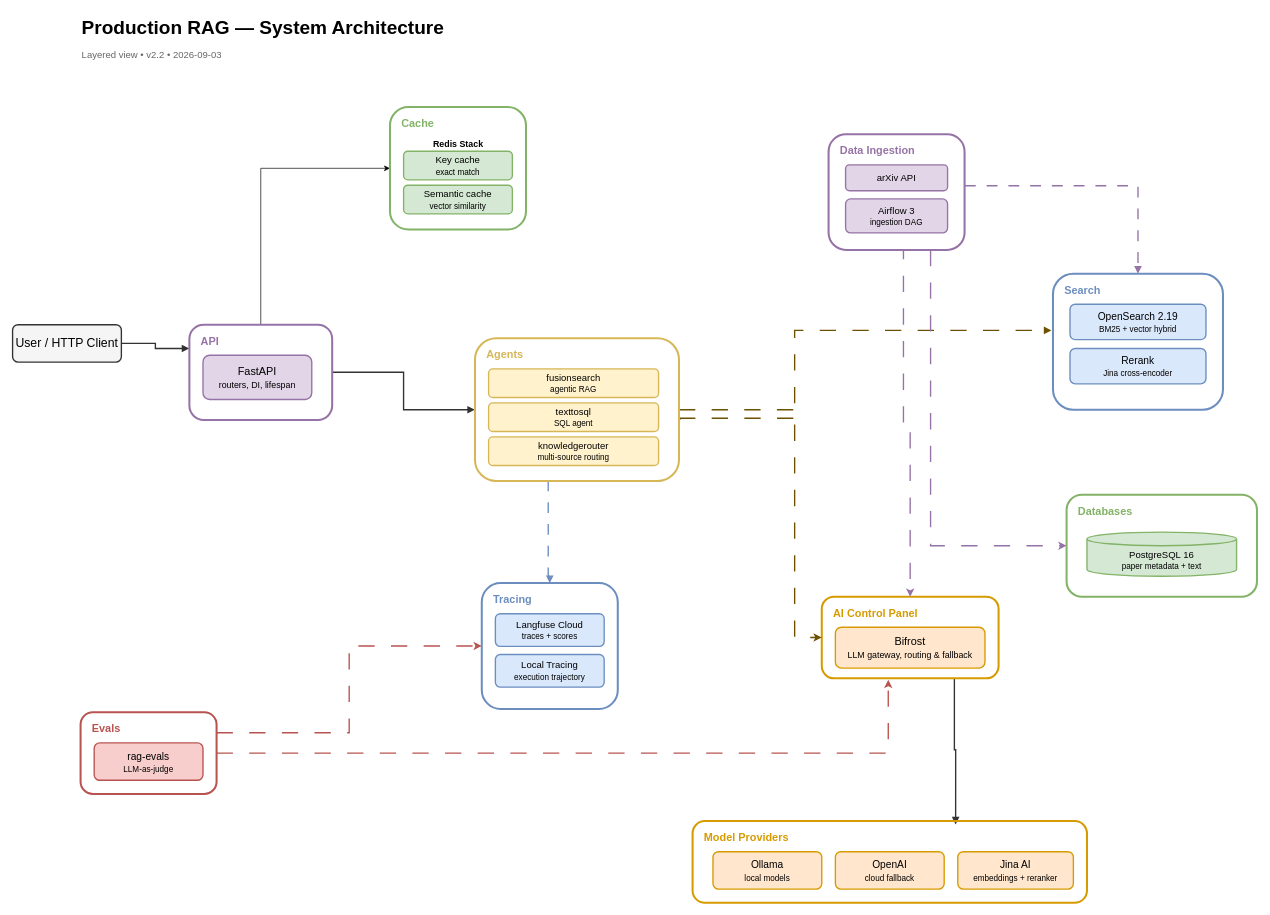
Before: docs/assets/system-architecture.drawio in apssouza22/production-rag, a draw.io diagram. Source tidied: cells renumbered, new cells numbered last; positions are measured from the earlier drawing's top-left corner, leaving out a move shared by most shapes. Both pictures are drawn from the tidied source at 68%, with x=0, y=0 at pixel (12, 12).
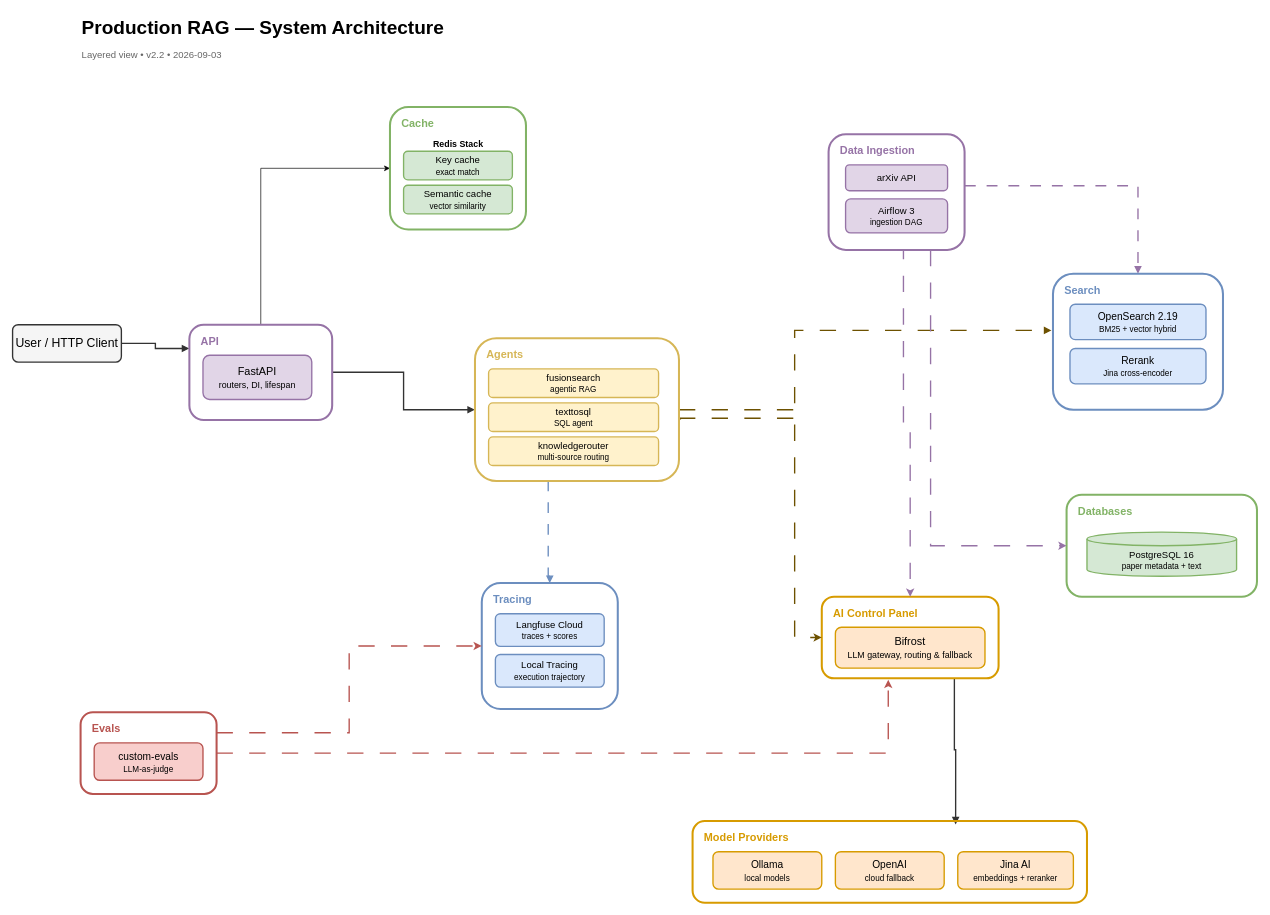
Above is the later version.

The change refers to these unchanged cells:
```xml
<mxCell id="29" style="group;" parent="1" vertex="1">
  <mxGeometry x="100" y="1030" width="200" height="120" as="geometry" />
</mxCell>
```

Diff of the diagram source:
```diff
@@
-    <mxCell id="32" value="rag-evals&lt;br&gt;&lt;font style=&quot;font-size:12px;&quot;&gt;LLM-as-judge&lt;/font&gt;" style="rounded=1;whiteSpace=wrap;html=1;fillColor=#f8cecc;strokeColor=#b85450;strokeWidth=2;fontSize=15;fontFamily=Helvetica;align=center;verticalAlign=middle;" parent="29" vertex="1">
+    <mxCell id="32" value="custom-evals&lt;br&gt;&lt;font style=&quot;font-size:12px;&quot;&gt;LLM-as-judge&lt;/font&gt;" style="rounded=1;whiteSpace=wrap;html=1;fillColor=#f8cecc;strokeColor=#b85450;strokeWidth=2;fontSize=15;fontFamily=Helvetica;align=center;verticalAlign=middle;" parent="29" vertex="1">
       <mxGeometry x="20" y="45" width="160" height="55" as="geometry" />
     </mxCell>
```
